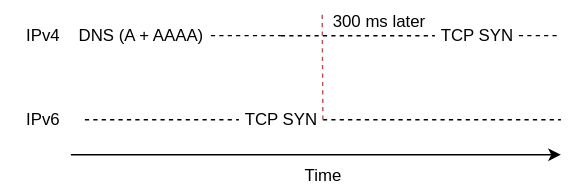
This is presentation/withhe.svg from Slenderman00/protocol-racing-presentation, a draw.io export, as it was before one commit. Source tidied: cells renumbered, new cells last; positions are measured from the earlier drawing's top-left corner, leaving out a move shared by most shapes.
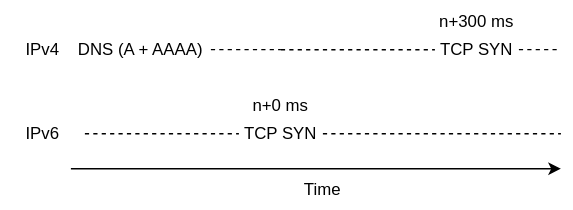
After the change.

Diff of the diagram source:
```diff
@@ -47,18 +47,13 @@
         <mxPoint x="400" y="85" as="targetPoint" />
       </mxGeometry>
     </mxCell>
-    <mxCell id="13" style="endArrow=none;dashed=1;html=1;rounded=0;exitX=1;exitY=0.5;exitDx=0;exitDy=0;fillColor=#f8cecc;strokeColor=#b85450;" parent="1" edge="1" source="10">
-      <mxGeometry relative="1" as="geometry">
-        <mxPoint x="229.5" y="10" as="targetPoint" />
-      </mxGeometry>
-    </mxCell>
     <mxCell id="14" style="endArrow=none;dashed=1;html=1;rounded=0;endFill=0;" parent="1" edge="1" source="17">
       <mxGeometry relative="1" as="geometry">
         <mxPoint x="200" y="25" as="targetPoint" />
       </mxGeometry>
     </mxCell>
-    <mxCell id="15" value="300 ms later" style="text;html=1;align=center;verticalAlign=middle;whiteSpace=wrap;rounded=0;" parent="1" vertex="1">
-      <mxGeometry x="230" width="80" height="30" as="geometry" />
+    <mxCell id="15" value="n+300 ms" style="text;html=1;align=center;verticalAlign=middle;whiteSpace=wrap;rounded=0;" parent="1" vertex="1">
+      <mxGeometry x="300" y="-10" width="80" height="30" as="geometry" />
     </mxCell>
     <mxCell id="16" style="endArrow=none;dashed=1;html=1;rounded=0;endFill=0;" parent="1" edge="1" target="17">
       <mxGeometry relative="1" as="geometry">
@@ -68,5 +63,8 @@
     <mxCell id="17" value="DNS (A + AAAA)" style="text;html=1;align=center;verticalAlign=middle;whiteSpace=wrap;rounded=0;" parent="1" vertex="1">
       <mxGeometry x="50" y="10" width="100" height="30" as="geometry" />
     </mxCell>
+    <mxCell id="18" value="n+0 ms" style="text;html=1;whiteSpace=wrap;strokeColor=none;fillColor=none;align=center;verticalAlign=middle;rounded=0;" parent="1" vertex="1">
+      <mxGeometry x="170" y="50" width="60" height="30" as="geometry" />
+    </mxCell>
   </root>
 </mxGraphModel>
```
